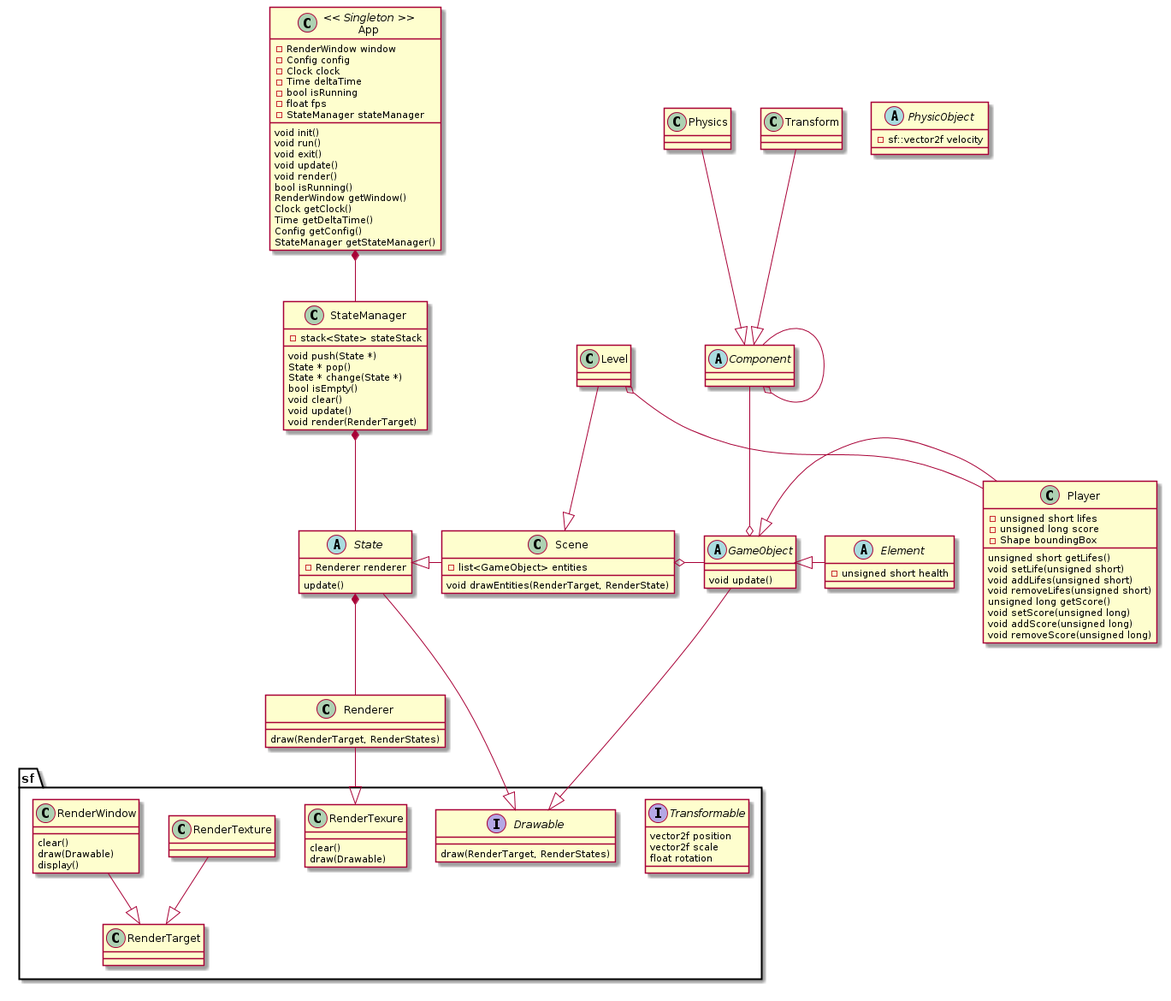
Pixotters/FROG keeps this PlantUML diagram as examples/dodger/class_diagram.png. Above is the earlier version.
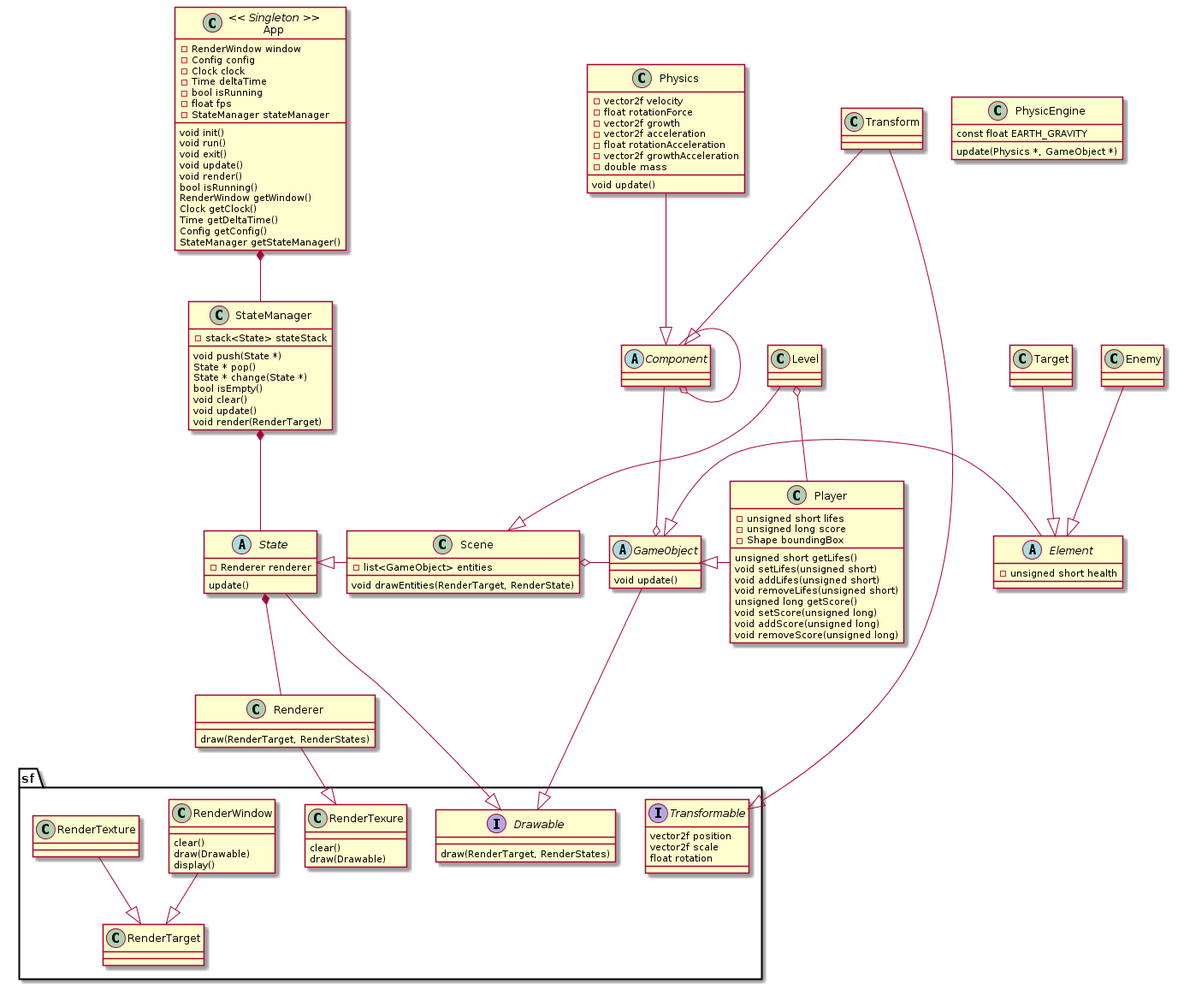
Later version of the same file.

Commit message:
updated Dodger's class diagram

Diff of the diagram source:
```diff
@@ -80,7 +80,7 @@
       -unsigned long score
       -Shape boundingBox
       unsigned short getLifes()
-      void setLife(unsigned short)
+      void setLifes(unsigned short)
       void addLifes(unsigned short)
       void removeLifes(unsigned short)
       unsigned long getScore()
@@ -89,11 +89,24 @@
       void removeScore(unsigned long)
 }
 
-abstract class PhysicObject{
-      -sf::vector2f velocity
+
+abstract class Component{
 }
 
-abstract class Component{
+class Physics{
+      -vector2f velocity
+      -float rotationForce
+      -vector2f growth
+      -vector2f acceleration
+      -float rotationAcceleration
+      -vector2f growthAcceleration
+      -double mass
+      void update()
+}
+
+class PhysicEngine{
+      const float EARTH_GRAVITY
+      update(Physics *, GameObject *)
 }
 
 App *-- StateManager
@@ -110,8 +123,11 @@
 Component --o GameObject
 Component --o Component
 Transform --|> Component
+Transform --|> sf.Transformable
 Physics --|> Component
 Element -left-|> GameObject
+Target --|> Element
+Enemy --|> Element
 sf.RenderWindow --|> sf.RenderTarget
 sf.RenderTexture --|> sf.RenderTarget
 
```
